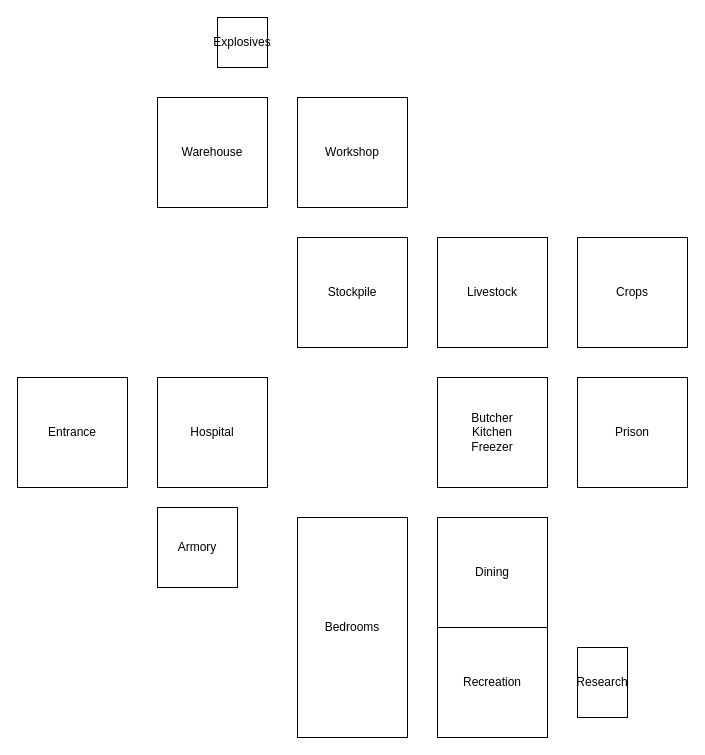
TechMechanik/rimworldPlans keeps this draw.io diagram as smallBase.drawio. Above is the earlier version. Source tidied: cells renumbered, new cells numbered last; positions are measured from the earlier drawing's top-left corner, leaving out a move shared by most shapes. Both pictures are drawn from the tidied source at 100%, with x=0, y=0 at pixel (17, 17).
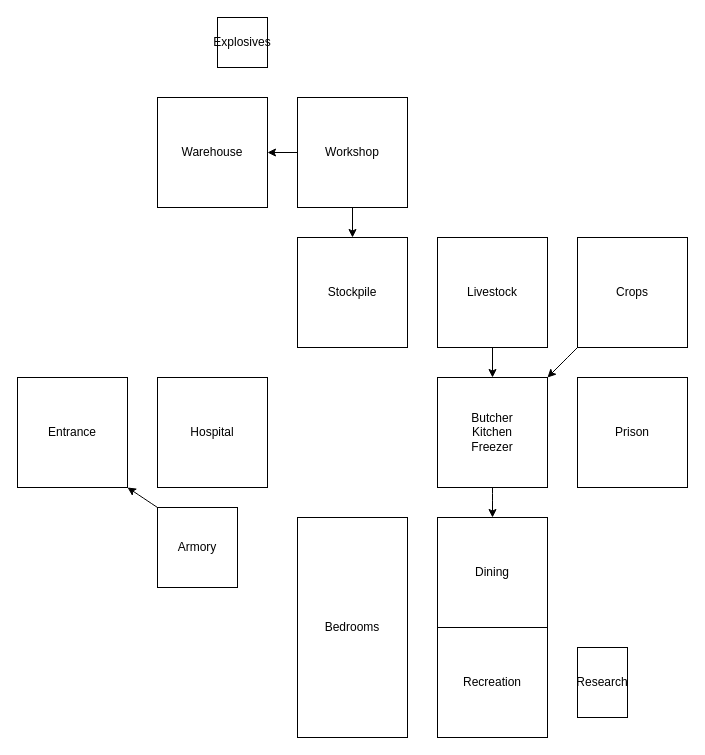
Above is the later version.

The change refers to these unchanged cells:
```xml
<mxCell id="2" value="Entrance" style="whiteSpace=wrap;html=1;fillColor=none;" parent="1" vertex="1">
  <mxGeometry y="360" width="110" height="110" as="geometry" />
</mxCell>
<mxCell id="4" value="Dining" style="whiteSpace=wrap;html=1;fillColor=none;" parent="1" vertex="1">
  <mxGeometry x="420" y="500" width="110" height="110" as="geometry" />
</mxCell>
<mxCell id="6" value="Stockpile" style="whiteSpace=wrap;html=1;fillColor=none;" parent="1" vertex="1">
  <mxGeometry x="280" y="220" width="110" height="110" as="geometry" />
</mxCell>
<mxCell id="7" value="Butcher&lt;br&gt;Kitchen&lt;br&gt;Freezer" style="whiteSpace=wrap;html=1;fillColor=none;" parent="1" vertex="1">
  <mxGeometry x="420" y="360" width="110" height="110" as="geometry" />
</mxCell>
<mxCell id="11" value="Workshop" style="whiteSpace=wrap;html=1;fillColor=none;" parent="1" vertex="1">
  <mxGeometry x="280" y="80" width="110" height="110" as="geometry" />
</mxCell>
<mxCell id="12" value="Warehouse" style="whiteSpace=wrap;html=1;fillColor=none;" parent="1" vertex="1">
  <mxGeometry x="140" y="80" width="110" height="110" as="geometry" />
</mxCell>
<mxCell id="14" value="Livestock" style="whiteSpace=wrap;html=1;fillColor=none;" parent="1" vertex="1">
  <mxGeometry x="420" y="220" width="110" height="110" as="geometry" />
</mxCell>
<mxCell id="15" value="Crops" style="whiteSpace=wrap;html=1;fillColor=none;" parent="1" vertex="1">
  <mxGeometry x="560" y="220" width="110" height="110" as="geometry" />
</mxCell>
<mxCell id="16" value="Armory" style="whiteSpace=wrap;html=1;fillColor=none;" parent="1" vertex="1">
  <mxGeometry x="140" y="490" width="80" height="80" as="geometry" />
</mxCell>
```

The edit, as a diff of the source:
```diff
@@
+    <mxCell id="17" style="edgeStyle=orthogonalEdgeStyle;curved=1;jettySize=auto;html=1;exitX=0.5;exitY=1;exitDx=0;exitDy=0;entryX=0.5;entryY=0;entryDx=0;entryDy=0;" parent="1" edge="1" source="7" target="4">
+      <mxGeometry relative="1" as="geometry" />
+    </mxCell>
@@
+    <mxCell id="18" style="edgeStyle=orthogonalEdgeStyle;rounded=0;jettySize=auto;html=1;exitX=0;exitY=0.5;exitDx=0;exitDy=0;entryX=1;entryY=0.5;entryDx=0;entryDy=0;" parent="1" edge="1" source="11" target="12">
+      <mxGeometry relative="1" as="geometry" />
+    </mxCell>
+    <mxCell id="19" style="edgeStyle=orthogonalEdgeStyle;rounded=0;jettySize=auto;html=1;exitX=0.5;exitY=1;exitDx=0;exitDy=0;entryX=0.5;entryY=0;entryDx=0;entryDy=0;" parent="1" edge="1" source="11" target="6">
+      <mxGeometry relative="1" as="geometry" />
+    </mxCell>
@@
+    <mxCell id="20" style="edgeStyle=orthogonalEdgeStyle;rounded=0;jettySize=auto;html=1;exitX=0.5;exitY=1;exitDx=0;exitDy=0;entryX=0.5;entryY=0;entryDx=0;entryDy=0;" parent="1" edge="1" source="14" target="7">
+      <mxGeometry relative="1" as="geometry" />
+    </mxCell>
@@
+    <mxCell id="21" style="endArrow=classic;html=1;curved=1;entryX=1;entryY=0;entryDx=0;entryDy=0;exitX=0;exitY=1;exitDx=0;exitDy=0;" parent="1" edge="1" source="15" target="7">
+      <mxGeometry relative="1" as="geometry" />
+    </mxCell>
+    <mxCell id="22" style="endArrow=classic;html=1;curved=1;entryX=1;entryY=1;entryDx=0;entryDy=0;exitX=0;exitY=0;exitDx=0;exitDy=0;" parent="1" edge="1" source="16" target="2">
+      <mxGeometry relative="1" as="geometry" />
+    </mxCell>
```
